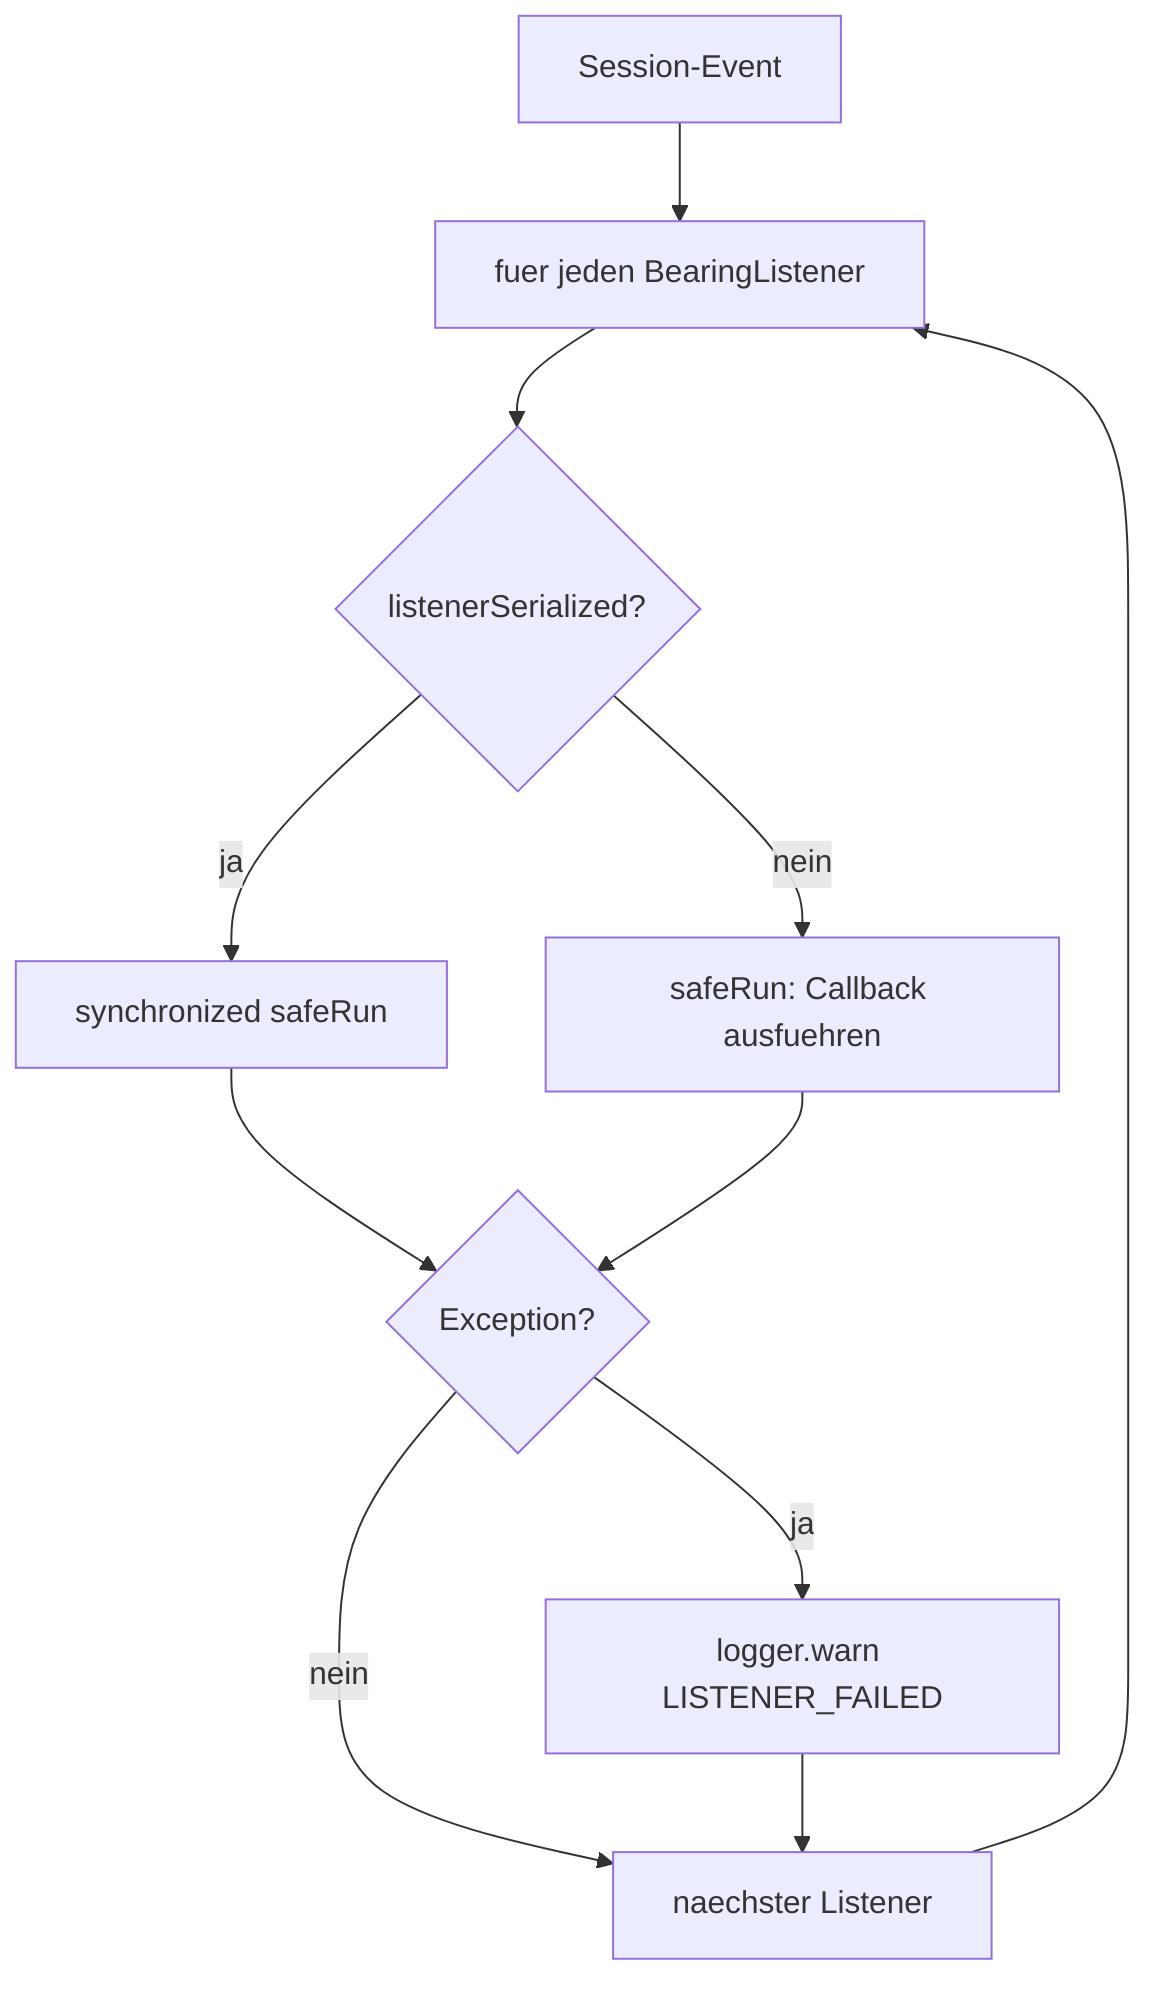
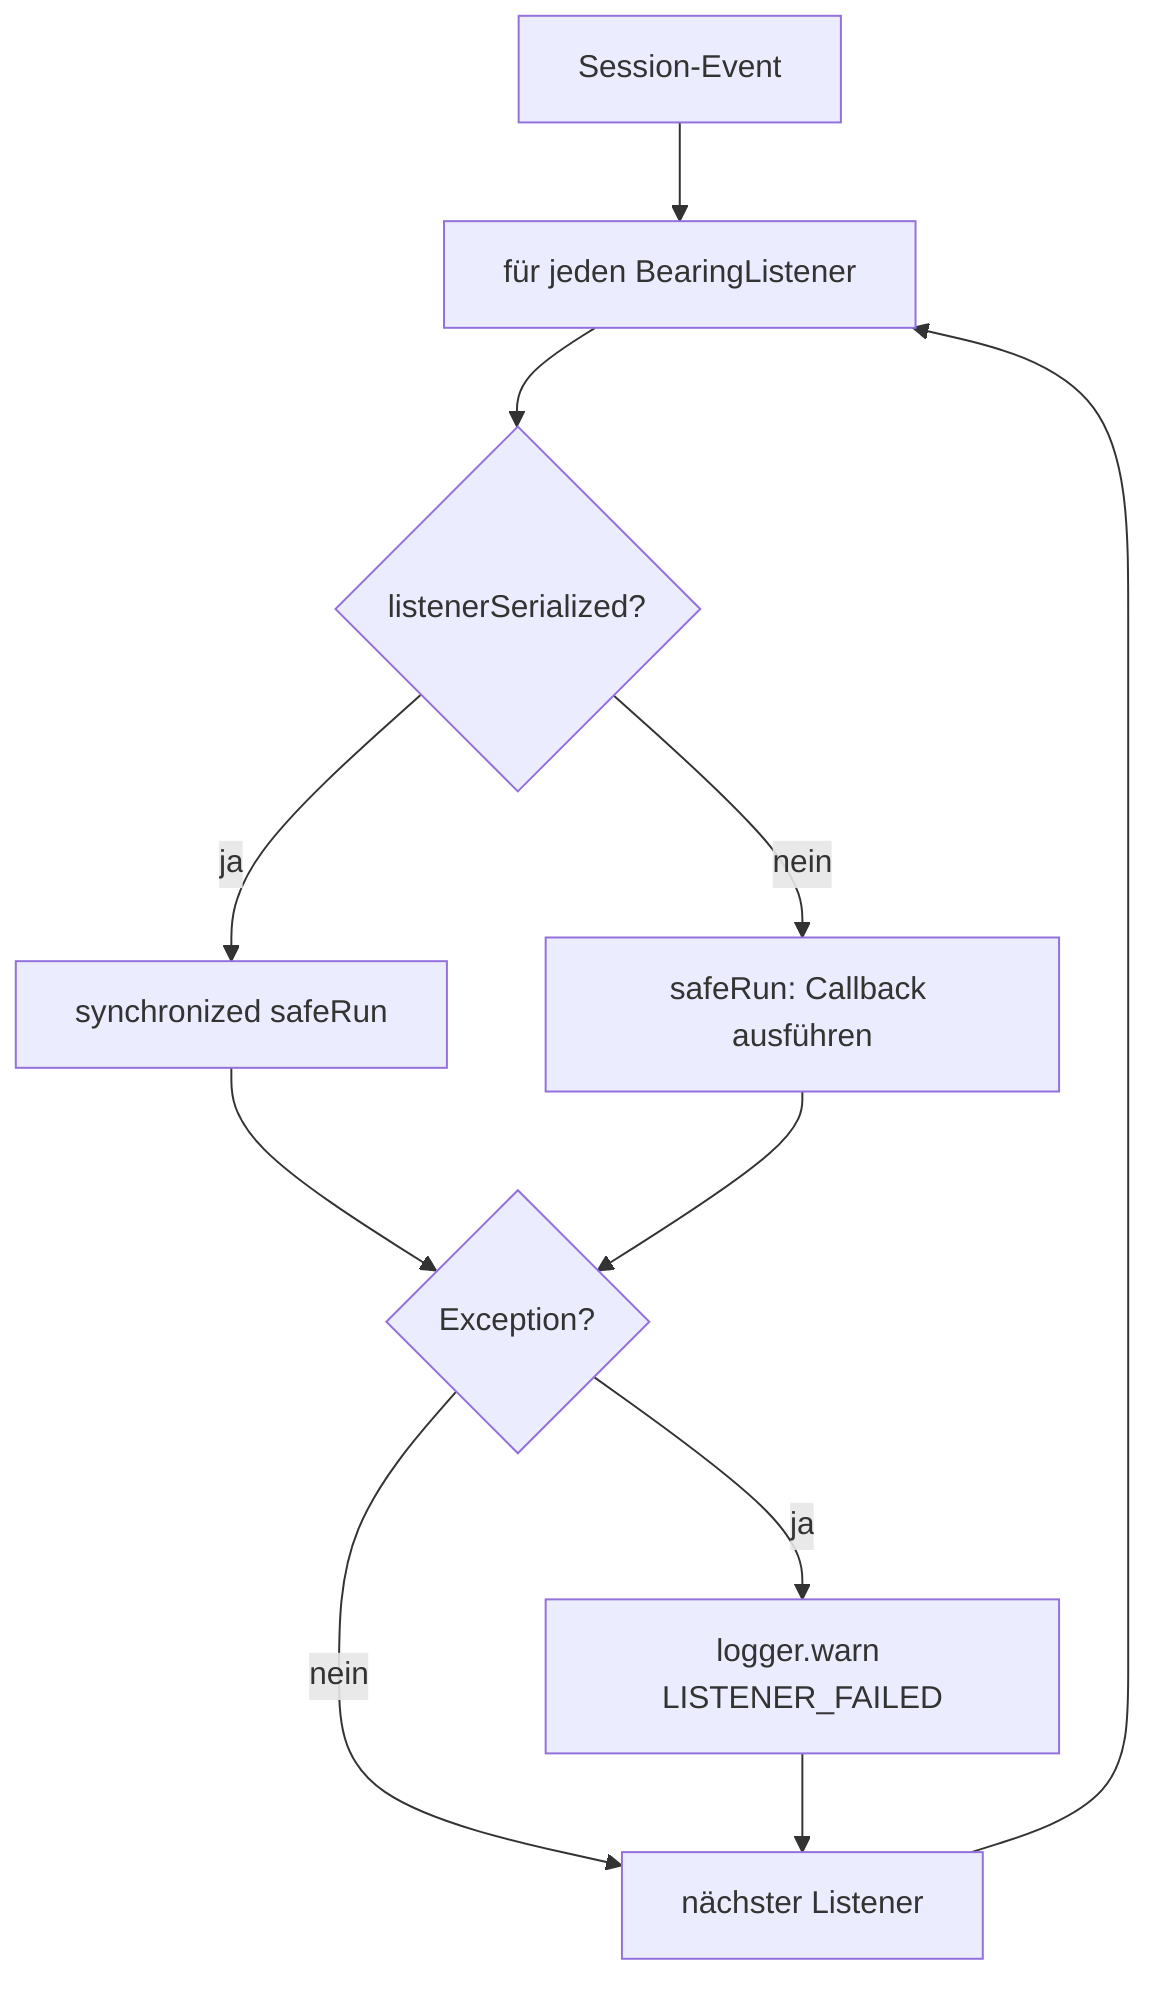
flowchart TD
-   evt["Session-Event"] --> loop["fuer jeden BearingListener"]
+   evt["Session-Event"] --> loop["für jeden BearingListener"]
  loop --> serQ{"listenerSerialized?"}
  serQ -->|ja| syncRun["synchronized safeRun"]
-   serQ -->|nein| run["safeRun: Callback ausfuehren"]
+   serQ -->|nein| run["safeRun: Callback ausführen"]
  syncRun --> ok{"Exception?"}
  run --> ok
-   ok -->|nein| next["naechster Listener"]
+   ok -->|nein| next["nächster Listener"]
  ok -->|ja| warn["logger.warn LISTENER_FAILED"]
  warn --> next
  next --> loop
